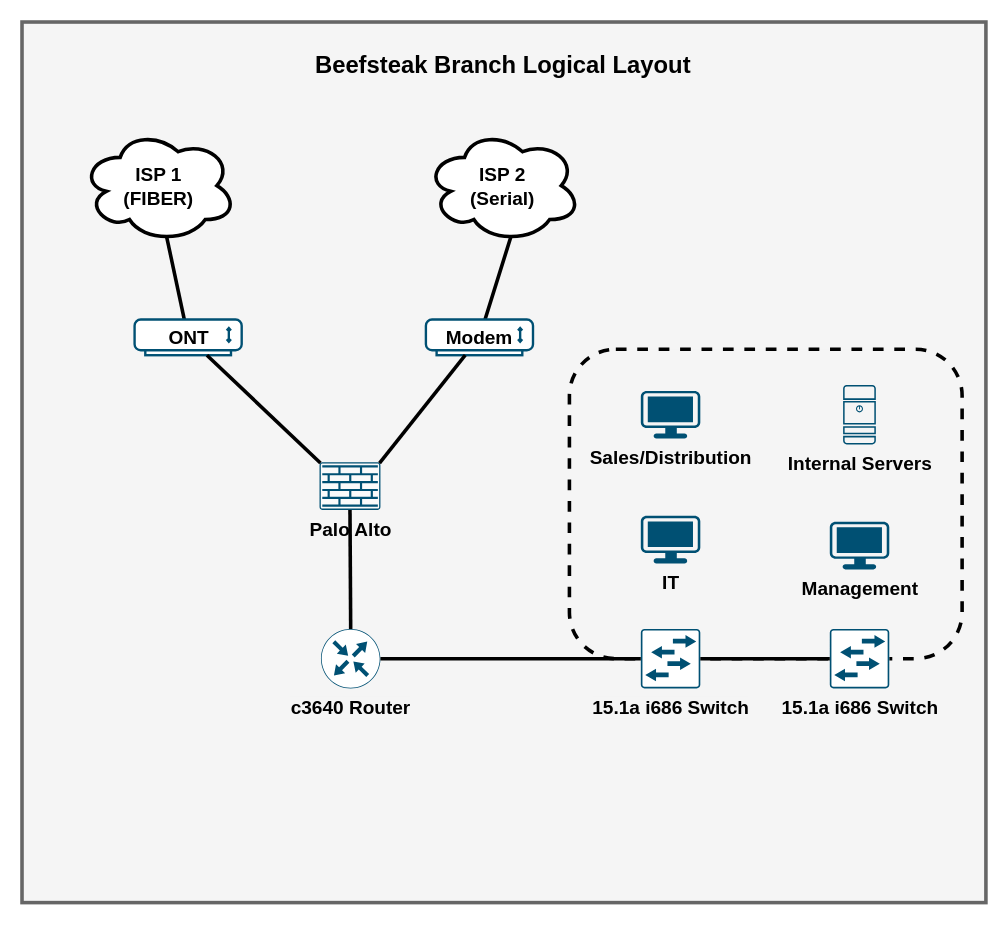
Above: network-documentation/Chanterelle Branch.drawio in joseph-a-tate/Clustered-Fungi (draw.io), before the change. Source tidied: cells renumbered, new cells numbered last; positions are measured from the earlier drawing's top-left corner, leaving out a move shared by most shapes. Both pictures are drawn from the tidied source at 119%, with x=0, y=0 at pixel (21, 21).
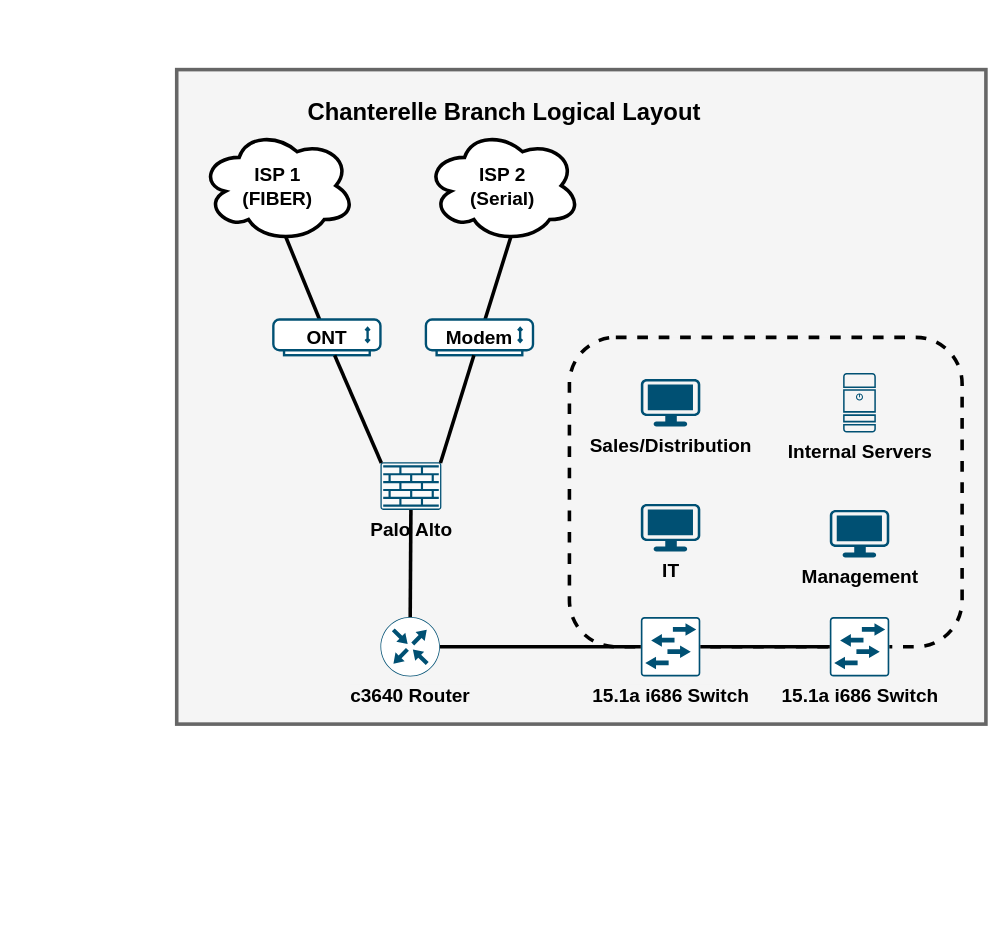
After the change.

Diff of the diagram source:
```diff
@@
     <mxCell id="2" style="rounded=0;whiteSpace=wrap;html=1;fillColor=#f5f5f5;strokeColor=#666666;fontColor=#333333;strokeWidth=3;" parent="1" vertex="1">
-      <mxGeometry width="810" height="740" as="geometry" />
+      <mxGeometry x="130" y="40" width="680" height="550" as="geometry" />
     </mxCell>
     <mxCell id="3" value="&lt;div&gt;&lt;b&gt;&lt;font style=&quot;font-size: 16px;&quot;&gt;ISP 1&lt;/font&gt;&lt;/b&gt;&lt;/div&gt;&lt;div&gt;&lt;b&gt;&lt;font style=&quot;font-size: 16px;&quot;&gt;(FIBER)&lt;/font&gt;&lt;/b&gt;&lt;/div&gt;" style="ellipse;shape=cloud;whiteSpace=wrap;html=1;strokeWidth=3;" parent="1" vertex="1">
-      <mxGeometry x="50" y="90" width="130" height="95" as="geometry" />
+      <mxGeometry x="150" y="90" width="130" height="95" as="geometry" />
     </mxCell>
@@
     <mxCell id="7" value="&lt;b&gt;Palo Alto&lt;/b&gt;" style="sketch=0;points=[[0.015,0.015,0],[0.985,0.015,0],[0.985,0.985,0],[0.015,0.985,0],[0.25,0,0],[0.5,0,0],[0.75,0,0],[1,0.25,0],[1,0.5,0],[1,0.75,0],[0.75,1,0],[0.5,1,0],[0.25,1,0],[0,0.75,0],[0,0.5,0],[0,0.25,0]];verticalLabelPosition=bottom;html=1;verticalAlign=top;align=center;shape=mxgraph.cisco19.rect;prIcon=firewall;fillColor=#FAFAFA;strokeColor=#005073;fontSize=16;" parent="1" vertex="1">
-      <mxGeometry x="250" y="370" width="51.2" height="40" as="geometry" />
+      <mxGeometry x="301.2" y="370" width="51.2" height="40" as="geometry" />
     </mxCell>
@@
     <mxCell id="9" value="&lt;font style=&quot;font-size: 16px;&quot;&gt;&lt;b&gt;c3640 Router&lt;/b&gt;&lt;/font&gt;" style="sketch=0;points=[[0.5,0,0],[1,0.5,0],[0.5,1,0],[0,0.5,0],[0.145,0.145,0],[0.8555,0.145,0],[0.855,0.8555,0],[0.145,0.855,0]];verticalLabelPosition=bottom;html=1;verticalAlign=top;align=center;shape=mxgraph.cisco19.rect;prIcon=router;labelBackgroundColor=light-dark(#f5f5f5, #272727);fillColor=#FFFFFF;strokeColor=light-dark(#005073, #436697);" parent="1" vertex="1">
-      <mxGeometry x="251.2" y="510" width="50" height="50" as="geometry" />
+      <mxGeometry x="301.2" y="500" width="50" height="50" as="geometry" />
     </mxCell>
@@
     <mxCell id="11" style="rounded=1;whiteSpace=wrap;html=1;dashed=1;fillColor=#f5f5f5;fontColor=#333333;strokeColor=#000000;fontSize=12;strokeWidth=3;" parent="1" vertex="1">
-      <mxGeometry x="460" y="275" width="330" height="260" as="geometry" />
+      <mxGeometry x="460" y="265" width="330" height="260" as="geometry" />
     </mxCell>
     <mxCell id="12" value="&lt;div&gt;&lt;font style=&quot;font-size: 16px;&quot;&gt;&lt;b&gt;Sales/Distribution&lt;/b&gt;&lt;/font&gt;&lt;/div&gt;" style="verticalLabelPosition=bottom;sketch=0;html=1;verticalAlign=top;align=center;shape=mxgraph.cisco19.workstation;fillColor=light-dark(#005073, #7d9cc6);strokeColor=light-dark(#FFFFFF,#436697);" parent="1" vertex="1">
-      <mxGeometry x="520" y="310" width="50" height="40" as="geometry" />
+      <mxGeometry x="520" y="300" width="50" height="40" as="geometry" />
     </mxCell>
     <mxCell id="13" value="&lt;font style=&quot;font-size: 16px;&quot;&gt;&lt;b&gt;IT&lt;/b&gt;&lt;/font&gt;" style="verticalLabelPosition=bottom;sketch=0;html=1;verticalAlign=top;align=center;shape=mxgraph.cisco19.workstation;fillColor=light-dark(#005073, #7d9cc6);strokeColor=light-dark(#FFFFFF,#436697);" parent="1" vertex="1">
-      <mxGeometry x="520" y="415" width="50" height="40" as="geometry" />
+      <mxGeometry x="520" y="405" width="50" height="40" as="geometry" />
     </mxCell>
     <mxCell id="14" value="&lt;div&gt;&lt;font style=&quot;font-size: 16px;&quot;&gt;&lt;b&gt;Management&lt;/b&gt;&lt;/font&gt;&lt;/div&gt;" style="verticalLabelPosition=bottom;sketch=0;html=1;verticalAlign=top;align=center;shape=mxgraph.cisco19.workstation;fillColor=light-dark(#005073, #7d9cc6);strokeColor=light-dark(#FFFFFF,#436697);" parent="1" vertex="1">
-      <mxGeometry x="678.8" y="420" width="50" height="40" as="geometry" />
+      <mxGeometry x="678.8" y="410" width="50" height="40" as="geometry" />
     </mxCell>
     <mxCell id="15" value="&lt;font style=&quot;font-size: 16px;&quot;&gt;&lt;b&gt;Internal &lt;/b&gt;&lt;/font&gt;&lt;font style=&quot;font-size: 16px;&quot;&gt;&lt;b&gt;&lt;font&gt;Server&lt;/font&gt;s&lt;/b&gt;&lt;/font&gt;" style="sketch=0;verticalLabelPosition=bottom;html=1;verticalAlign=top;align=center;shape=mxgraph.cisco19.server;fillColor=light-dark(#005073, #7d9cc6);strokeColor=light-dark(#FFFFFF,#436697);" parent="1" vertex="1">
-      <mxGeometry x="690" y="305" width="27.5" height="50" as="geometry" />
+      <mxGeometry x="690" y="295" width="27.5" height="50" as="geometry" />
     </mxCell>
     <mxCell id="16" value="&lt;span style=&quot;color: rgb(0, 0, 0);&quot;&gt;&lt;b&gt;&lt;font style=&quot;font-size: 16px;&quot;&gt;ONT&lt;/font&gt;&lt;/b&gt;&lt;/span&gt;" style="fontColor=#0066CC;verticalAlign=middle;verticalLabelPosition=middle;labelPosition=center;align=center;html=1;outlineConnect=0;fillColor=#FFFFFF;strokeColor=light-dark(#005073, #7d9cc6);gradientColor=none;gradientDirection=north;strokeWidth=2;shape=mxgraph.networks.modem;" parent="1" vertex="1">
-      <mxGeometry x="94.6" y="250" width="90" height="30" as="geometry" />
+      <mxGeometry x="211.2" y="250" width="90" height="30" as="geometry" />
     </mxCell>
@@
-    <mxCell id="19" value="&lt;font style=&quot;font-size: 20px;&quot;&gt;&lt;b&gt;Beefsteak Branch Logical Layout&lt;/b&gt;&lt;/font&gt;" style="text;html=1;align=center;verticalAlign=middle;whiteSpace=wrap;rounded=0;" parent="1" vertex="1">
-      <mxGeometry x="221.9" y="20" width="365" height="30" as="geometry" />
+    <mxCell id="19" value="&lt;font style=&quot;font-size: 20px;&quot;&gt;&lt;b&gt;Chanterelle Branch Logical Layout&lt;/b&gt;&lt;/font&gt;" style="text;html=1;align=center;verticalAlign=middle;whiteSpace=wrap;rounded=0;" parent="1" vertex="1">
+      <mxGeometry x="222.5" y="60" width="365" height="30" as="geometry" />
     </mxCell>
     <mxCell id="20" value="&lt;font style=&quot;font-size: 16px;&quot;&gt;&lt;b&gt;15.1a i686 Switch&lt;/b&gt;&lt;/font&gt;" style="sketch=0;points=[[0.015,0.015,0],[0.985,0.015,0],[0.985,0.985,0],[0.015,0.985,0],[0.25,0,0],[0.5,0,0],[0.75,0,0],[1,0.25,0],[1,0.5,0],[1,0.75,0],[0.75,1,0],[0.5,1,0],[0.25,1,0],[0,0.75,0],[0,0.5,0],[0,0.25,0]];verticalLabelPosition=bottom;html=1;verticalAlign=top;align=center;shape=mxgraph.cisco19.rect;prIcon=l2_switch;labelBackgroundColor=light-dark(#f5f5f5, #141414);fillColor=#FFFFFF;strokeColor=light-dark(#005073, #436697);" parent="1" vertex="1">
-      <mxGeometry x="520" y="510" width="50" height="50" as="geometry" />
+      <mxGeometry x="520" y="500" width="50" height="50" as="geometry" />
     </mxCell>
     <mxCell id="21" value="&lt;font style=&quot;font-size: 16px;&quot;&gt;&lt;b&gt;15.1a i686 Switch&lt;/b&gt;&lt;/font&gt;" style="sketch=0;points=[[0.015,0.015,0],[0.985,0.015,0],[0.985,0.985,0],[0.015,0.985,0],[0.25,0,0],[0.5,0,0],[0.75,0,0],[1,0.25,0],[1,0.5,0],[1,0.75,0],[0.75,1,0],[0.5,1,0],[0.25,1,0],[0,0.75,0],[0,0.5,0],[0,0.25,0]];verticalLabelPosition=bottom;html=1;verticalAlign=top;align=center;shape=mxgraph.cisco19.rect;prIcon=l2_switch;fillColor=#FFFFFF;strokeColor=light-dark(#005073, #436697);" parent="1" vertex="1">
-      <mxGeometry x="678.8" y="510" width="50" height="50" as="geometry" />
+      <mxGeometry x="678.8" y="500" width="50" height="50" as="geometry" />
     </mxCell>
```
